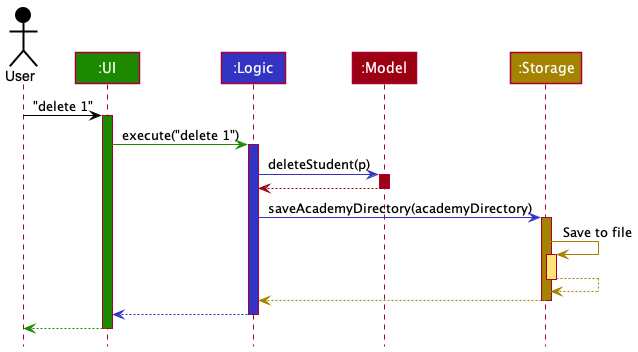
Before: docs/images/dg/architecture/ArchitectureSequenceDiagram.png, a diagram exported from PlantUML (nus-cs2103-AY2122S1/tp). Source of this version:
```plantuml
@startuml
!include style.puml

Actor User as user USER_COLOR
Participant ":UI" as ui UI_COLOR
Participant ":Logic" as logic LOGIC_COLOR
Participant ":Model" as model MODEL_COLOR
Participant ":Storage" as storage STORAGE_COLOR

user -[USER_COLOR]> ui : "delete 1"
activate ui UI_COLOR

ui -[UI_COLOR]> logic : execute("delete 1")
activate logic LOGIC_COLOR

logic -[LOGIC_COLOR]> model : deleteStudent(p)
activate model MODEL_COLOR

model -[MODEL_COLOR]-> logic
deactivate model

logic -[LOGIC_COLOR]> storage : saveAcademyDirectory(academyDirectory)
activate storage STORAGE_COLOR

storage -[STORAGE_COLOR]> storage : Save to file
activate storage STORAGE_COLOR_T1
storage --[STORAGE_COLOR]> storage
deactivate storage

storage --[STORAGE_COLOR]> logic
deactivate storage

logic --[LOGIC_COLOR]> ui
deactivate logic

ui--[UI_COLOR]> user
deactivate ui
@enduml
```
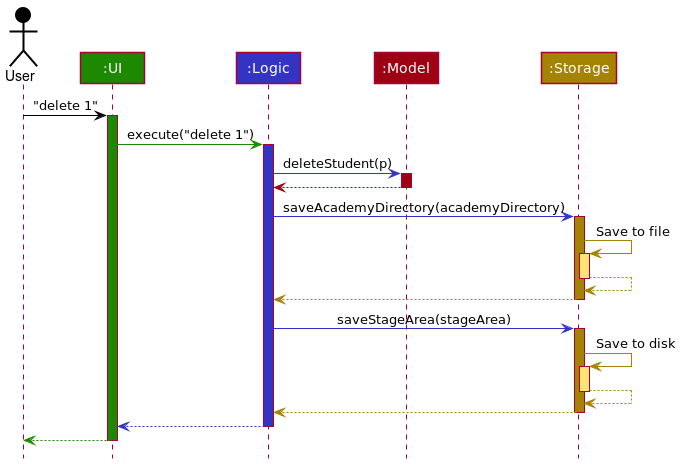
Later version of the same file.

Diff of the diagram source:
```diff
@@ -1,5 +1,5 @@
 @startuml
-!include style.puml
+!include ../style.puml
 
 Actor User as user USER_COLOR
 Participant ":UI" as ui UI_COLOR
@@ -30,6 +30,17 @@
 storage --[STORAGE_COLOR]> logic
 deactivate storage
 
+logic -[LOGIC_COLOR]> storage : saveStageArea(stageArea)
+activate storage STORAGE_COLOR
+
+storage -[STORAGE_COLOR]> storage : Save to disk
+activate storage STORAGE_COLOR_T1
+storage --[STORAGE_COLOR]> storage
+deactivate storage
+
+storage --[STORAGE_COLOR]> logic
+deactivate storage
+
 logic --[LOGIC_COLOR]> ui
 deactivate logic
 
```
